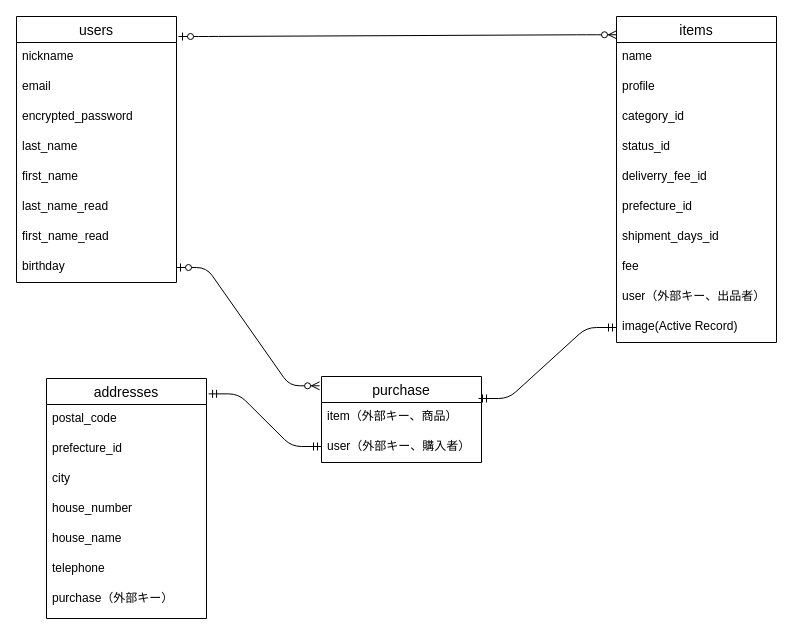
DaikiTanaka34432/furima-34432 keeps this draw.io diagram as furima-34432.dio. Above is the earlier version. Source tidied: cells renumbered, new cells numbered last; positions are measured from the earlier drawing's top-left corner, leaving out a move shared by most shapes. Both pictures are drawn from the tidied source at 100%, with x=0, y=0 at pixel (16, 16).
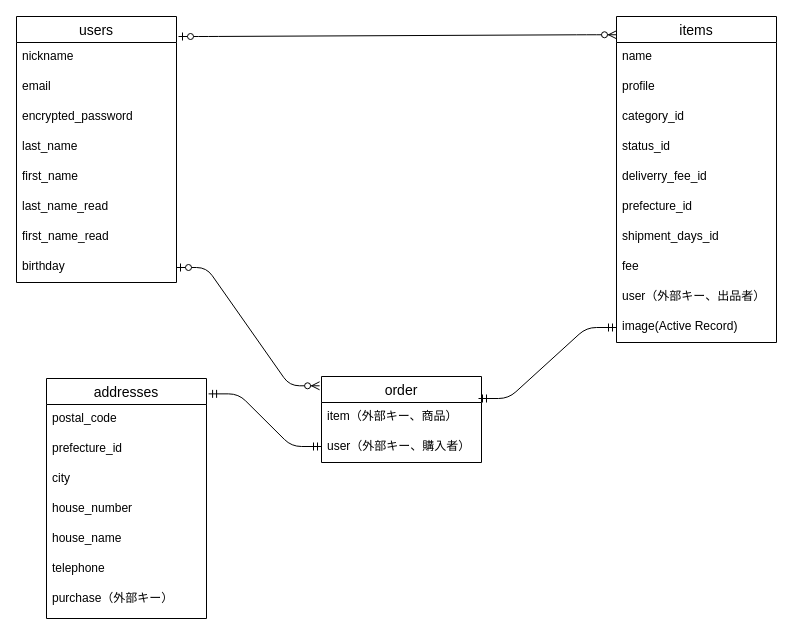
Above is the later version.

Change to the diagram source:
```diff
@@
-    <mxCell id="2" value="purchase" style="swimlane;fontStyle=0;horizontal=1;startSize=26;align=center;fontSize=14;" parent="1" vertex="1">
+    <mxCell id="2" value="order" style="swimlane;fontStyle=0;horizontal=1;startSize=26;align=center;fontSize=14;" parent="1" vertex="1">
       <mxGeometry x="305" y="360" width="160" height="86" as="geometry" />
     </mxCell>
```
